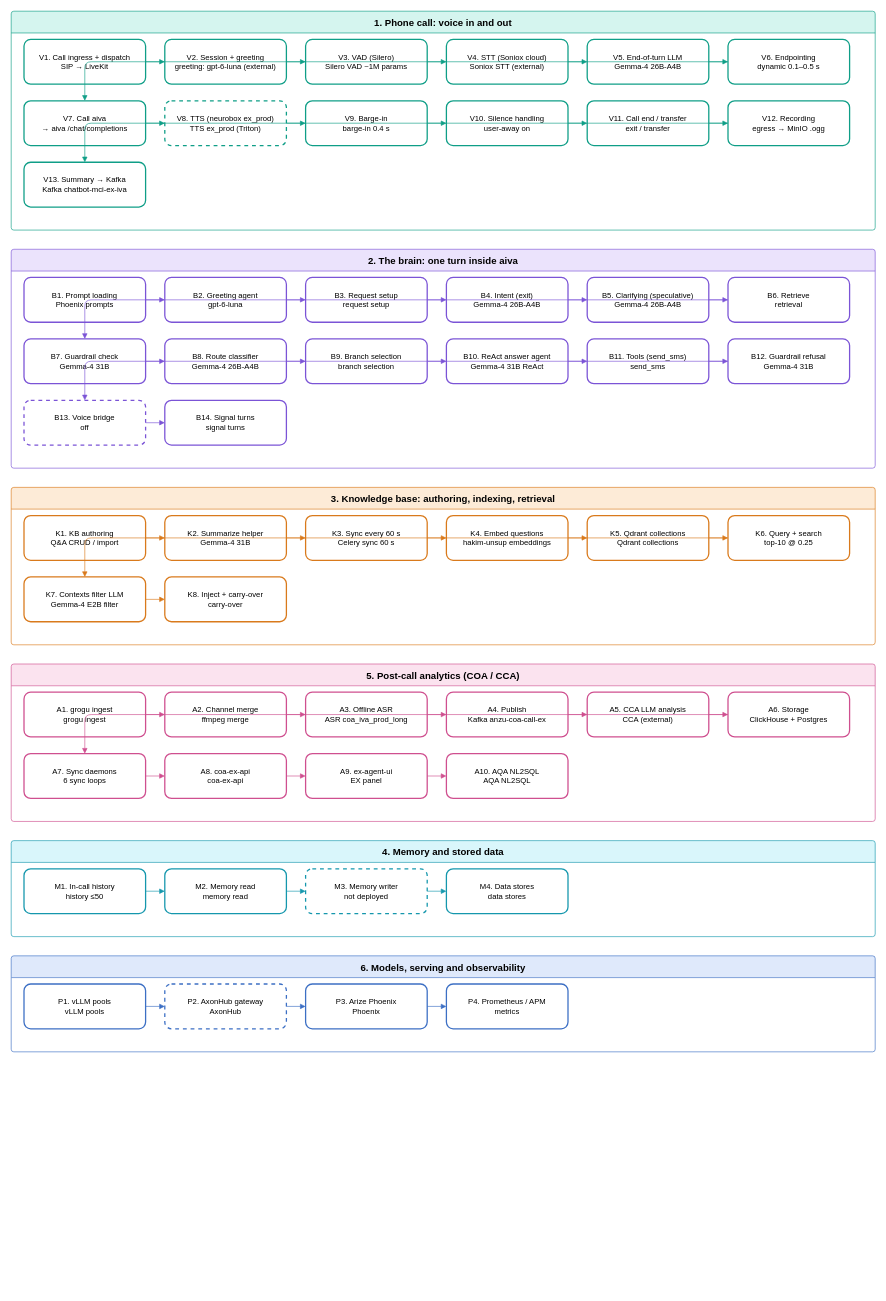
Before: page "EX pipelines" (1 of 2) of product-learning-docs/technical/phoenix-pipelines/phoenix-pipelines.drawio in rzghorbani72/phoenix-docs, a draw.io diagram. Source tidied: cells renumbered, new cells numbered last; positions are measured from the earlier drawing's top-left corner, leaving out a move shared by most shapes. Both pictures are drawn from the tidied source at 64%, with x=0, y=0 at pixel (11, 11).
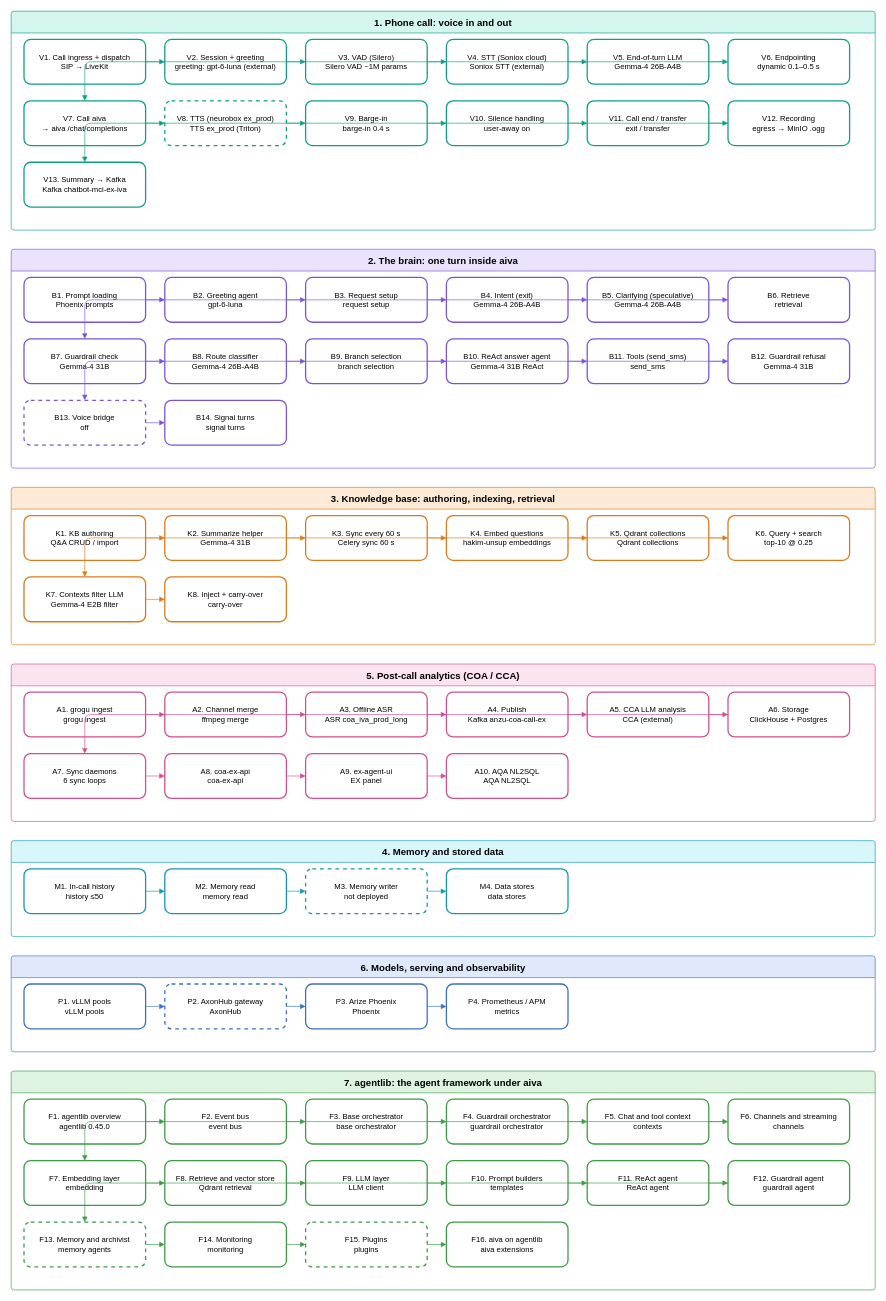
After the change.

The edit, as a diff of the source:
```diff
@@
+    <mxCell id="108" value="7. agentlib: the agent framework under aiva" style="swimlane;horizontal=1;startSize=34;fontStyle=1;fontSize=15;fillColor=#dff3e1;strokeColor=#3d9a47;swimlaneFillColor=#ffffff;rounded=1;arcSize=4;" parent="1" vertex="1">
+      <mxGeometry y="1656" width="1350" height="342" as="geometry" />
+    </mxCell>
+    <mxCell id="109" value="F1. agentlib overview&#10;agentlib 0.45.0" style="rounded=1;whiteSpace=wrap;html=0;fillColor=#ffffff;strokeColor=#3d9a47;strokeWidth=2;fontSize=12;" parent="108" vertex="1">
+      <mxGeometry x="20" y="44" width="190" height="70" as="geometry" />
+    </mxCell>
+    <mxCell id="110" value="F2. Event bus&#10;event bus" style="rounded=1;whiteSpace=wrap;html=0;fillColor=#ffffff;strokeColor=#3d9a47;strokeWidth=2;fontSize=12;" parent="108" vertex="1">
+      <mxGeometry x="240" y="44" width="190" height="70" as="geometry" />
+    </mxCell>
+    <mxCell id="111" style="edgeStyle=orthogonalEdgeStyle;rounded=1;endArrow=block;strokeColor=#3d9a47;" parent="108" edge="1" source="109" target="110">
+      <mxGeometry relative="1" as="geometry" />
+    </mxCell>
+    <mxCell id="112" value="F3. Base orchestrator&#10;base orchestrator" style="rounded=1;whiteSpace=wrap;html=0;fillColor=#ffffff;strokeColor=#3d9a47;strokeWidth=2;fontSize=12;" parent="108" vertex="1">
+      <mxGeometry x="460" y="44" width="190" height="70" as="geometry" />
+    </mxCell>
+    <mxCell id="113" style="edgeStyle=orthogonalEdgeStyle;rounded=1;endArrow=block;strokeColor=#3d9a47;" parent="108" edge="1" source="110" target="112">
+      <mxGeometry relative="1" as="geometry" />
+    </mxCell>
+    <mxCell id="114" value="F4. Guardrail orchestrator&#10;guardrail orchestrator" style="rounded=1;whiteSpace=wrap;html=0;fillColor=#ffffff;strokeColor=#3d9a47;strokeWidth=2;fontSize=12;" parent="108" vertex="1">
+      <mxGeometry x="680" y="44" width="190" height="70" as="geometry" />
+    </mxCell>
+    <mxCell id="115" style="edgeStyle=orthogonalEdgeStyle;rounded=1;endArrow=block;strokeColor=#3d9a47;" parent="108" edge="1" source="112" target="114">
+      <mxGeometry relative="1" as="geometry" />
+    </mxCell>
+    <mxCell id="116" value="F5. Chat and tool context&#10;contexts" style="rounded=1;whiteSpace=wrap;html=0;fillColor=#ffffff;strokeColor=#3d9a47;strokeWidth=2;fontSize=12;" parent="108" vertex="1">
+      <mxGeometry x="900" y="44" width="190" height="70" as="geometry" />
+    </mxCell>
+    <mxCell id="117" style="edgeStyle=orthogonalEdgeStyle;rounded=1;endArrow=block;strokeColor=#3d9a47;" parent="108" edge="1" source="114" target="116">
+      <mxGeometry relative="1" as="geometry" />
+    </mxCell>
+    <mxCell id="118" value="F6. Channels and streaming&#10;channels" style="rounded=1;whiteSpace=wrap;html=0;fillColor=#ffffff;strokeColor=#3d9a47;strokeWidth=2;fontSize=12;" parent="108" vertex="1">
+      <mxGeometry x="1120" y="44" width="190" height="70" as="geometry" />
+    </mxCell>
+    <mxCell id="119" style="edgeStyle=orthogonalEdgeStyle;rounded=1;endArrow=block;strokeColor=#3d9a47;" parent="108" edge="1" source="116" target="118">
+      <mxGeometry relative="1" as="geometry" />
+    </mxCell>
+    <mxCell id="120" value="F7. Embedding layer&#10;embedding" style="rounded=1;whiteSpace=wrap;html=0;fillColor=#ffffff;strokeColor=#3d9a47;strokeWidth=2;fontSize=12;" parent="108" vertex="1">
+      <mxGeometry x="20" y="140" width="190" height="70" as="geometry" />
+    </mxCell>
+    <mxCell id="121" style="edgeStyle=orthogonalEdgeStyle;rounded=1;endArrow=block;strokeColor=#3d9a47;" parent="108" edge="1" source="118" target="120">
+      <mxGeometry relative="1" as="geometry" />
+    </mxCell>
+    <mxCell id="122" value="F8. Retrieve and vector store&#10;Qdrant retrieval" style="rounded=1;whiteSpace=wrap;html=0;fillColor=#ffffff;strokeColor=#3d9a47;strokeWidth=2;fontSize=12;" parent="108" vertex="1">
+      <mxGeometry x="240" y="140" width="190" height="70" as="geometry" />
+    </mxCell>
+    <mxCell id="123" style="edgeStyle=orthogonalEdgeStyle;rounded=1;endArrow=block;strokeColor=#3d9a47;" parent="108" edge="1" source="120" target="122">
+      <mxGeometry relative="1" as="geometry" />
+    </mxCell>
+    <mxCell id="124" value="F9. LLM layer&#10;LLM client" style="rounded=1;whiteSpace=wrap;html=0;fillColor=#ffffff;strokeColor=#3d9a47;strokeWidth=2;fontSize=12;" parent="108" vertex="1">
+      <mxGeometry x="460" y="140" width="190" height="70" as="geometry" />
+    </mxCell>
+    <mxCell id="125" style="edgeStyle=orthogonalEdgeStyle;rounded=1;endArrow=block;strokeColor=#3d9a47;" parent="108" edge="1" source="122" target="124">
+      <mxGeometry relative="1" as="geometry" />
+    </mxCell>
+    <mxCell id="126" value="F10. Prompt builders&#10;templates" style="rounded=1;whiteSpace=wrap;html=0;fillColor=#ffffff;strokeColor=#3d9a47;strokeWidth=2;fontSize=12;" parent="108" vertex="1">
+      <mxGeometry x="680" y="140" width="190" height="70" as="geometry" />
+    </mxCell>
+    <mxCell id="127" style="edgeStyle=orthogonalEdgeStyle;rounded=1;endArrow=block;strokeColor=#3d9a47;" parent="108" edge="1" source="124" target="126">
+      <mxGeometry relative="1" as="geometry" />
+    </mxCell>
+    <mxCell id="128" value="F11. ReAct agent&#10;ReAct agent" style="rounded=1;whiteSpace=wrap;html=0;fillColor=#ffffff;strokeColor=#3d9a47;strokeWidth=2;fontSize=12;" parent="108" vertex="1">
+      <mxGeometry x="900" y="140" width="190" height="70" as="geometry" />
+    </mxCell>
+    <mxCell id="129" style="edgeStyle=orthogonalEdgeStyle;rounded=1;endArrow=block;strokeColor=#3d9a47;" parent="108" edge="1" source="126" target="128">
+      <mxGeometry relative="1" as="geometry" />
+    </mxCell>
+    <mxCell id="130" value="F12. Guardrail agent&#10;guardrail agent" style="rounded=1;whiteSpace=wrap;html=0;fillColor=#ffffff;strokeColor=#3d9a47;strokeWidth=2;fontSize=12;" parent="108" vertex="1">
+      <mxGeometry x="1120" y="140" width="190" height="70" as="geometry" />
+    </mxCell>
+    <mxCell id="131" style="edgeStyle=orthogonalEdgeStyle;rounded=1;endArrow=block;strokeColor=#3d9a47;" parent="108" edge="1" source="128" target="130">
+      <mxGeometry relative="1" as="geometry" />
+    </mxCell>
+    <mxCell id="132" value="F13. Memory and archivist&#10;memory agents" style="rounded=1;whiteSpace=wrap;html=0;fillColor=#ffffff;strokeColor=#3d9a47;strokeWidth=2;fontSize=12;dashed=1;" parent="108" vertex="1">
+      <mxGeometry x="20" y="236" width="190" height="70" as="geometry" />
+    </mxCell>
+    <mxCell id="133" style="edgeStyle=orthogonalEdgeStyle;rounded=1;endArrow=block;strokeColor=#3d9a47;" parent="108" edge="1" source="130" target="132">
+      <mxGeometry relative="1" as="geometry" />
+    </mxCell>
+    <mxCell id="134" value="F14. Monitoring&#10;monitoring" style="rounded=1;whiteSpace=wrap;html=0;fillColor=#ffffff;strokeColor=#3d9a47;strokeWidth=2;fontSize=12;" parent="108" vertex="1">
+      <mxGeometry x="240" y="236" width="190" height="70" as="geometry" />
+    </mxCell>
+    <mxCell id="135" style="edgeStyle=orthogonalEdgeStyle;rounded=1;endArrow=block;strokeColor=#3d9a47;" parent="108" edge="1" source="132" target="134">
+      <mxGeometry relative="1" as="geometry" />
+    </mxCell>
+    <mxCell id="136" value="F15. Plugins&#10;plugins" style="rounded=1;whiteSpace=wrap;html=0;fillColor=#ffffff;strokeColor=#3d9a47;strokeWidth=2;fontSize=12;dashed=1;" parent="108" vertex="1">
+      <mxGeometry x="460" y="236" width="190" height="70" as="geometry" />
+    </mxCell>
+    <mxCell id="137" style="edgeStyle=orthogonalEdgeStyle;rounded=1;endArrow=block;strokeColor=#3d9a47;" parent="108" edge="1" source="134" target="136">
+      <mxGeometry relative="1" as="geometry" />
+    </mxCell>
+    <mxCell id="138" value="F16. aiva on agentlib&#10;aiva extensions" style="rounded=1;whiteSpace=wrap;html=0;fillColor=#ffffff;strokeColor=#3d9a47;strokeWidth=2;fontSize=12;" parent="108" vertex="1">
+      <mxGeometry x="680" y="236" width="190" height="70" as="geometry" />
+    </mxCell>
+    <mxCell id="139" style="edgeStyle=orthogonalEdgeStyle;rounded=1;endArrow=block;strokeColor=#3d9a47;" parent="108" edge="1" source="136" target="138">
+      <mxGeometry relative="1" as="geometry" />
+    </mxCell>
```
